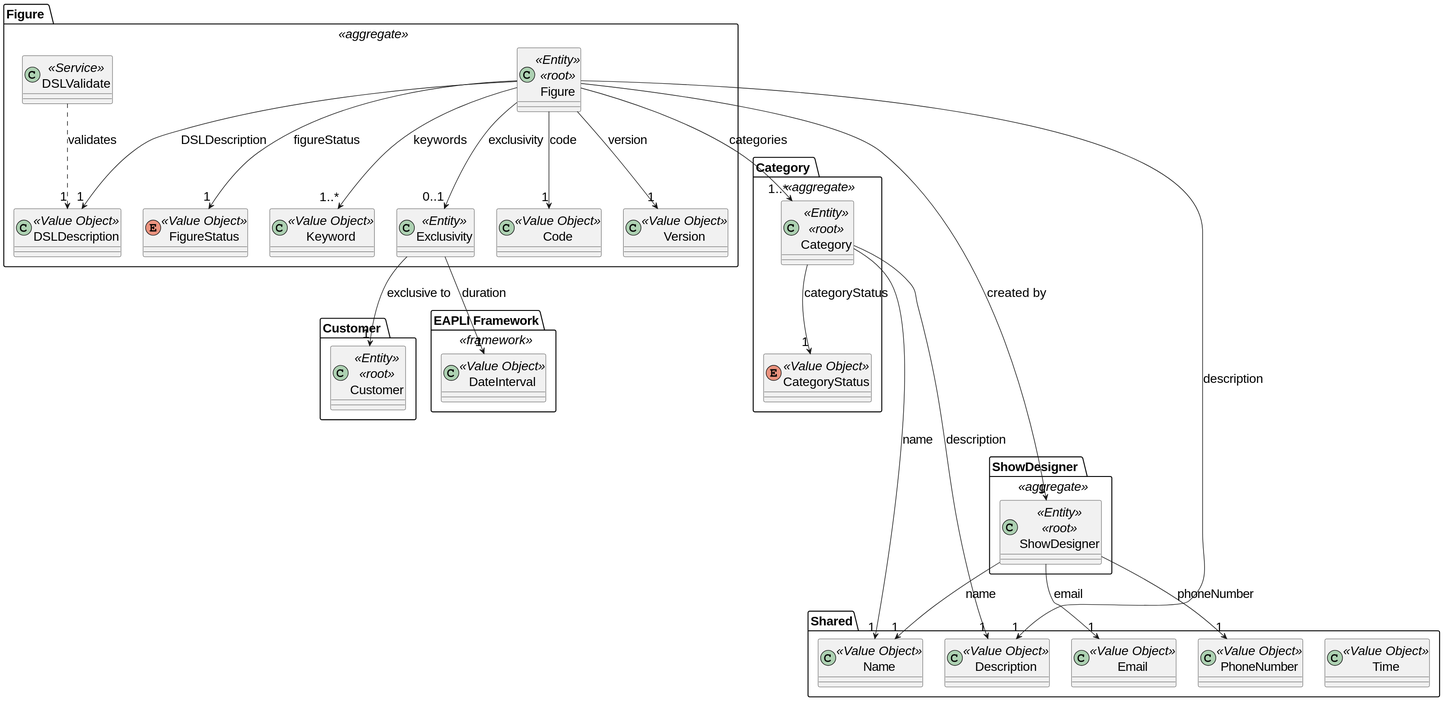
The PlantUML diagram docs/global_artifacts/analysis/images/domain_model_figure.svg in diogoveirospro/sem4pi-2024-2025-sem4pi_2024_2025_g44, before a commit.
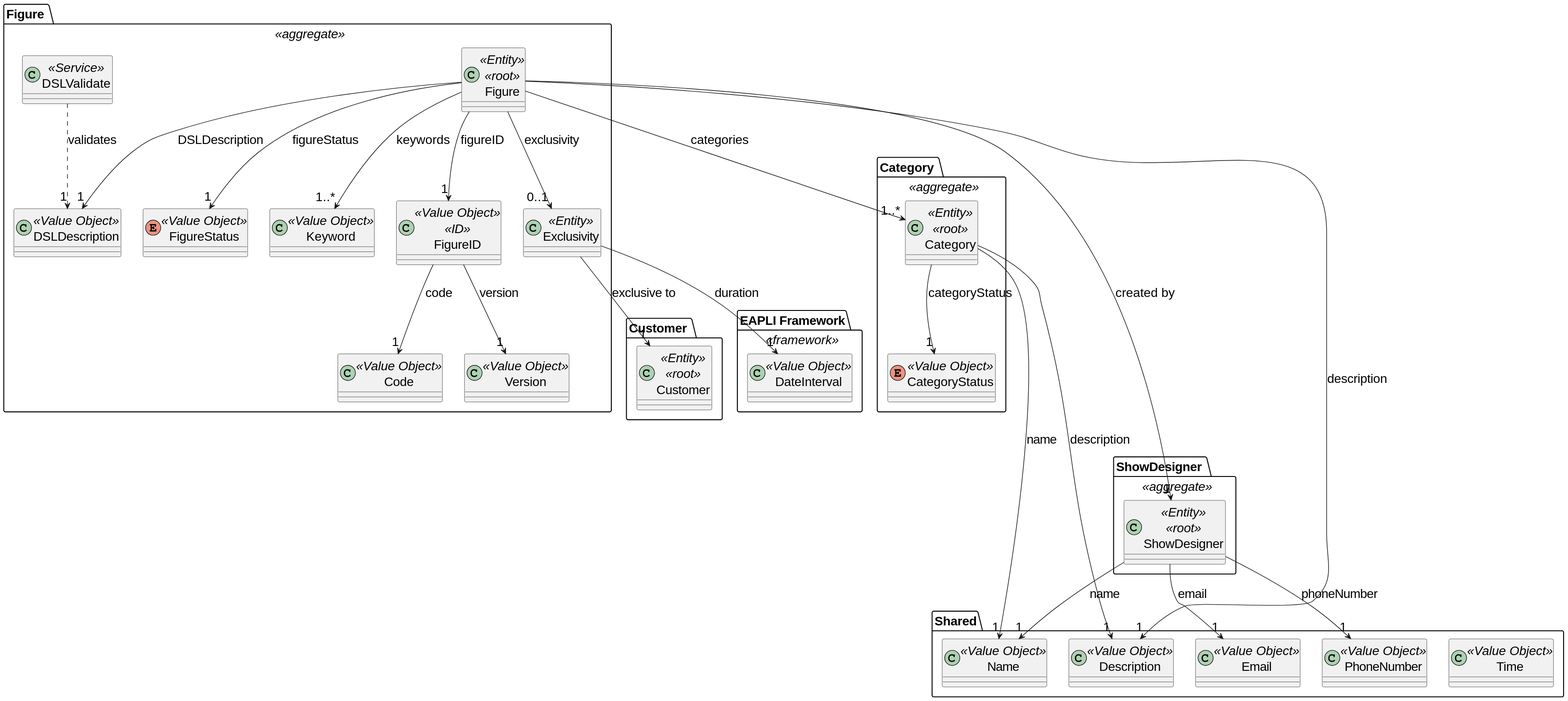
The same file after the commit.

The edit, as a diff of the source:
```diff
@@ -10,6 +10,9 @@
 package "Figure " <<aggregate>> {
 
     class Figure <<Entity>> <<root>>{
+    }
+
+    class FigureID <<Value Object>> <<ID>> {
     }
 
     class Code <<Value Object>>{
@@ -33,13 +36,14 @@
     class DSLValidate <<Service>>{
     }
 
-
     Figure --> "1" DSLDescription: DSLDescription
     Figure --> "1..*" Keyword: keywords
     Figure --> "0..1" Exclusivity: exclusivity
-    Figure --> "1" Code: code
-    Figure --> "1" Version: version
+    Figure --> "1" FigureID: figureID
     Figure --> "1" FigureStatus: figureStatus
+
+    FigureID --> "1" Code: code
+    FigureID --> "1" Version: version
 
     DSLValidate ..> "1" DSLDescription: validates
 
```
